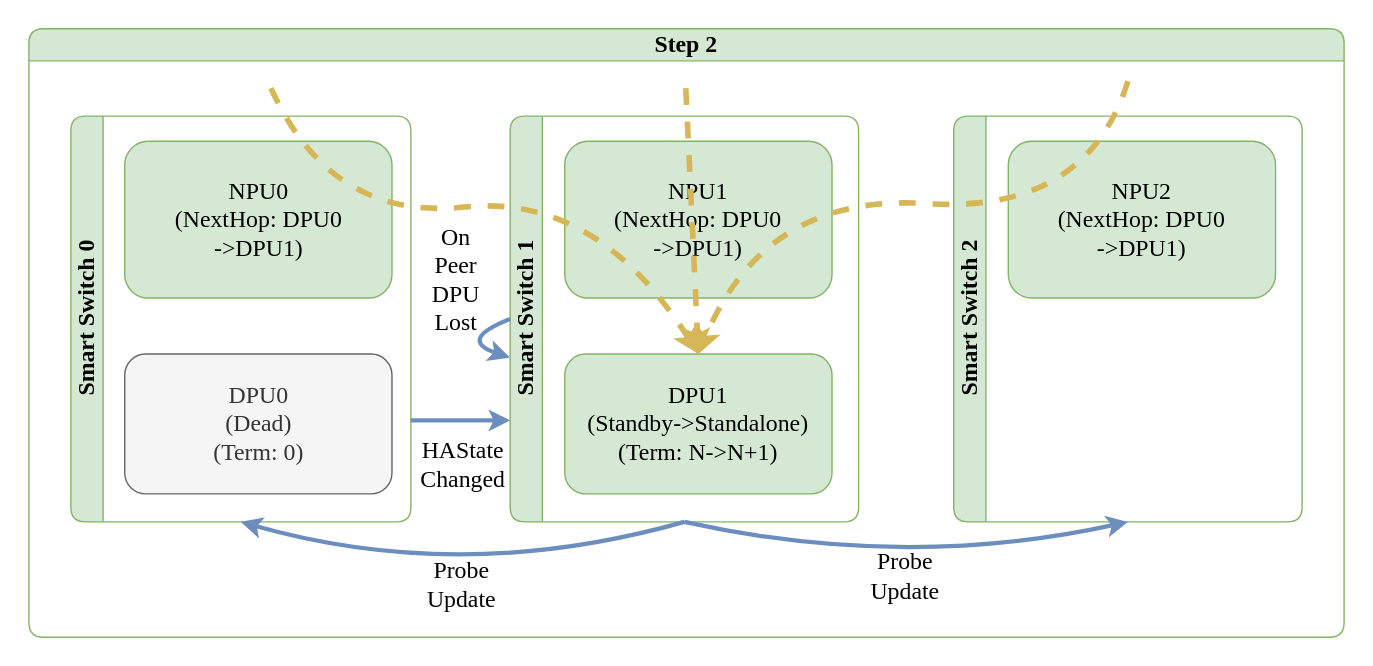
Earlier version of the draw.io export doc/smart-switch/high-availability/images/ha-unplanned-events-enter-standalone-with-peer-down-step-2.svg (sonic-net/SONiC). Source tidied: cells renumbered, new cells last; positions are measured from the earlier drawing's top-left corner, leaving out a move shared by most shapes.
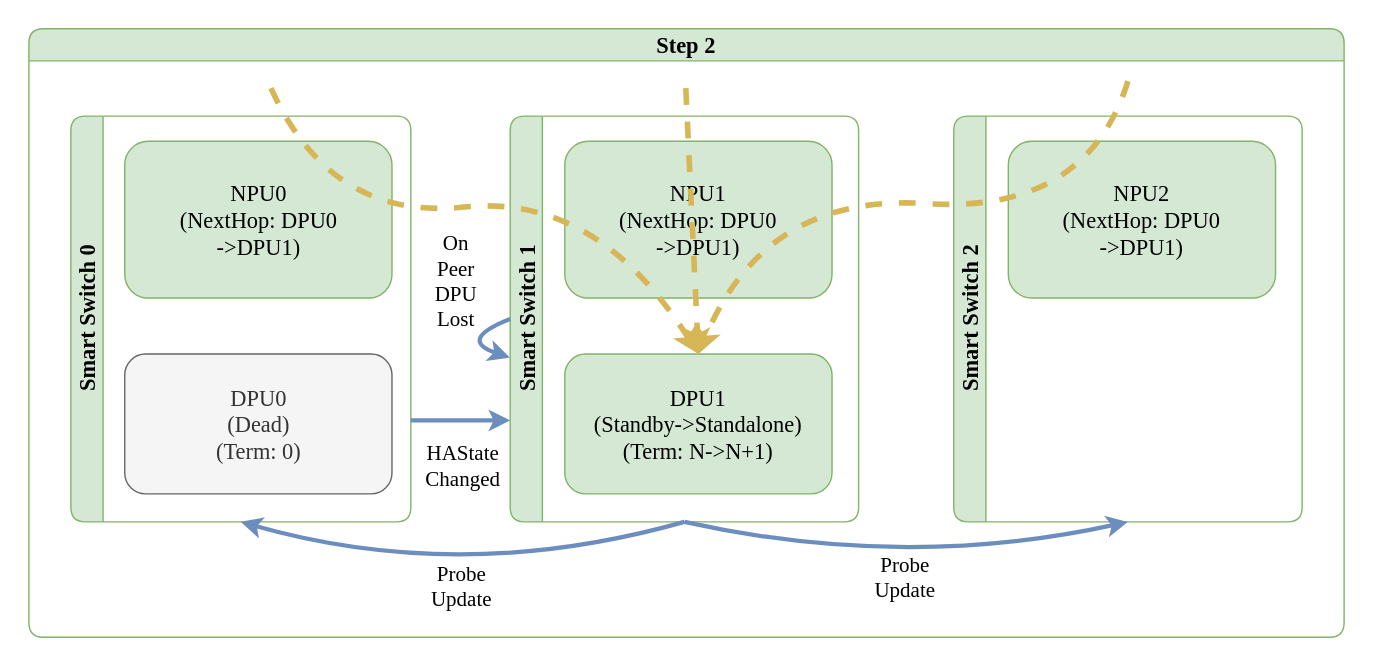
After the change.

What changed in the source:
```diff
@@ -2,28 +2,28 @@
   <root>
     <mxCell id="0" />
     <mxCell id="1" parent="0" />
-    <mxCell id="2" value="Step 2" style="swimlane;horizontal=1;whiteSpace=wrap;html=1;rounded=1;labelBorderColor=none;strokeColor=#82b366;fontFamily=Consolas;fontSize=17;startSize=23;fillColor=#d5e8d4;swimlaneFillColor=#FFFFFF;" parent="1" vertex="1">
+    <mxCell id="2" value="Step 2" style="swimlane;horizontal=1;whiteSpace=wrap;html=1;rounded=1;labelBorderColor=none;strokeColor=#82b366;fontFamily=Monaco;fontSize=16;startSize=23;fillColor=#d5e8d4;swimlaneFillColor=#FFFFFF;" parent="1" vertex="1">
       <mxGeometry width="940" height="435" as="geometry" />
     </mxCell>
-    <mxCell id="3" value="Smart Switch 0" style="swimlane;horizontal=0;whiteSpace=wrap;html=1;rounded=1;labelBorderColor=none;strokeColor=#82b366;fontFamily=Consolas;fontSize=17;startSize=23;fillColor=#d5e8d4;swimlaneFillColor=#FFFFFF;" parent="2" vertex="1">
+    <mxCell id="3" value="Smart Switch 0" style="swimlane;horizontal=0;whiteSpace=wrap;html=1;rounded=1;labelBorderColor=none;strokeColor=#82b366;fontFamily=Monaco;fontSize=16;startSize=23;fillColor=#d5e8d4;swimlaneFillColor=#FFFFFF;" parent="2" vertex="1">
       <mxGeometry x="30" y="62.5" width="243" height="290" as="geometry" />
     </mxCell>
-    <mxCell id="4" value="NPU0&lt;br style=&quot;font-size: 17px;&quot;&gt;(NextHop: DPU0&lt;br style=&quot;font-size: 17px;&quot;&gt;-&amp;gt;DPU1)" style="rounded=1;whiteSpace=wrap;html=1;strokeColor=#82b366;fontFamily=Consolas;fontSize=17;startSize=23;fillColor=#d5e8d4;" parent="3" vertex="1">
+    <mxCell id="4" value="NPU0&lt;br style=&quot;font-size: 16px;&quot;&gt;(NextHop: DPU0&lt;br style=&quot;font-size: 16px;&quot;&gt;-&amp;gt;DPU1)" style="rounded=1;whiteSpace=wrap;html=1;strokeColor=#82b366;fontFamily=Monaco;fontSize=16;startSize=23;fillColor=#d5e8d4;" parent="3" vertex="1">
       <mxGeometry x="38.5" y="18" width="191" height="112" as="geometry" />
     </mxCell>
-    <mxCell id="5" value="DPU0&lt;br style=&quot;border-color: var(--border-color); font-size: 17px;&quot;&gt;(Dead)&lt;br style=&quot;border-color: var(--border-color); font-size: 17px;&quot;&gt;(Term: 0)" style="rounded=1;whiteSpace=wrap;html=1;strokeColor=#666666;fontFamily=Consolas;fontSize=17;startSize=23;fillColor=#f5f5f5;fontColor=#333333;" parent="3" vertex="1">
+    <mxCell id="5" value="DPU0&lt;br style=&quot;border-color: var(--border-color); font-size: 16px;&quot;&gt;(Dead)&lt;br style=&quot;border-color: var(--border-color); font-size: 16px;&quot;&gt;(Term: 0)" style="rounded=1;whiteSpace=wrap;html=1;strokeColor=#666666;fontFamily=Monaco;fontSize=16;startSize=23;fillColor=#f5f5f5;fontColor=#333333;" parent="3" vertex="1">
       <mxGeometry x="38.5" y="170" width="191" height="100" as="geometry" />
     </mxCell>
-    <mxCell id="6" value="Smart Switch 1" style="swimlane;horizontal=0;whiteSpace=wrap;html=1;rounded=1;labelBorderColor=none;strokeColor=#82b366;fontFamily=Consolas;fontSize=17;startSize=23;fillColor=#d5e8d4;swimlaneFillColor=#FFFFFF;" parent="2" vertex="1">
+    <mxCell id="6" value="Smart Switch 1" style="swimlane;horizontal=0;whiteSpace=wrap;html=1;rounded=1;labelBorderColor=none;strokeColor=#82b366;fontFamily=Monaco;fontSize=16;startSize=23;fillColor=#d5e8d4;swimlaneFillColor=#FFFFFF;" parent="2" vertex="1">
       <mxGeometry x="344" y="62.5" width="249" height="290" as="geometry" />
     </mxCell>
-    <mxCell id="7" value="NPU1&lt;br style=&quot;font-size: 17px;&quot;&gt;(NextHop: DPU0&lt;br style=&quot;font-size: 17px;&quot;&gt;-&amp;gt;DPU1)" style="rounded=1;whiteSpace=wrap;html=1;strokeColor=#82b366;fontFamily=Consolas;fontSize=17;startSize=23;fillColor=#d5e8d4;" parent="6" vertex="1">
+    <mxCell id="7" value="NPU1&lt;br style=&quot;font-size: 16px;&quot;&gt;(NextHop: DPU0&lt;br style=&quot;font-size: 16px;&quot;&gt;-&amp;gt;DPU1)" style="rounded=1;whiteSpace=wrap;html=1;strokeColor=#82b366;fontFamily=Monaco;fontSize=16;startSize=23;fillColor=#d5e8d4;" parent="6" vertex="1">
       <mxGeometry x="39" y="18" width="191" height="112" as="geometry" />
     </mxCell>
-    <mxCell id="8" value="DPU1&lt;br style=&quot;border-color: var(--border-color); font-size: 17px;&quot;&gt;(Standby-&amp;gt;Standalone)&lt;br style=&quot;border-color: var(--border-color); font-size: 17px;&quot;&gt;(Term: N-&amp;gt;N+1)" style="rounded=1;whiteSpace=wrap;html=1;strokeColor=#82b366;fontFamily=Consolas;fontSize=17;startSize=23;fillColor=#d5e8d4;" parent="6" vertex="1">
+    <mxCell id="8" value="DPU1&lt;br style=&quot;border-color: var(--border-color); font-size: 16px;&quot;&gt;(Standby-&amp;gt;Standalone)&lt;br style=&quot;border-color: var(--border-color); font-size: 16px;&quot;&gt;(Term: N-&amp;gt;N+1)" style="rounded=1;whiteSpace=wrap;html=1;strokeColor=#82b366;fontFamily=Monaco;fontSize=16;startSize=23;fillColor=#d5e8d4;" parent="6" vertex="1">
       <mxGeometry x="39" y="170" width="191" height="100" as="geometry" />
     </mxCell>
-    <mxCell id="9" style="curved=1;endArrow=classic;html=1;rounded=0;fillColor=#fff2cc;strokeColor=#d6b656;strokeWidth=4;dashed=1;endFill=1;entryX=0.5;entryY=0;entryDx=0;entryDy=0;fontFamily=Consolas;fontSize=17;" parent="2" edge="1" target="8">
+    <mxCell id="9" style="curved=1;endArrow=classic;html=1;rounded=0;fillColor=#fff2cc;strokeColor=#d6b656;strokeWidth=4;dashed=1;endFill=1;entryX=0.5;entryY=0;entryDx=0;entryDy=0;fontFamily=Monaco;fontSize=16;" parent="2" edge="1" target="8">
       <mxGeometry relative="1" as="geometry">
         <mxPoint x="173" y="42.5" as="sourcePoint" />
         <Array as="points">
@@ -32,25 +32,25 @@
         </Array>
       </mxGeometry>
     </mxCell>
-    <mxCell id="10" style="curved=1;endArrow=classic;html=1;rounded=0;entryX=0.5;entryY=0;entryDx=0;entryDy=0;fillColor=#fff2cc;strokeColor=#d6b656;strokeWidth=4;dashed=1;endFill=1;fontFamily=Consolas;fontSize=17;" parent="2" edge="1" target="8">
+    <mxCell id="10" style="curved=1;endArrow=classic;html=1;rounded=0;entryX=0.5;entryY=0;entryDx=0;entryDy=0;fillColor=#fff2cc;strokeColor=#d6b656;strokeWidth=4;dashed=1;endFill=1;fontFamily=Monaco;fontSize=16;" parent="2" edge="1" target="8">
       <mxGeometry relative="1" as="geometry">
         <mxPoint x="469.5" y="42.5" as="sourcePoint" />
       </mxGeometry>
     </mxCell>
-    <mxCell id="11" value="On&lt;br style=&quot;font-size: 17px;&quot;&gt;Peer&lt;br style=&quot;font-size: 17px;&quot;&gt;DPU&lt;br style=&quot;font-size: 17px;&quot;&gt;Lost" style="endArrow=classic;startArrow=none;html=1;exitX=0;exitY=0.5;exitDx=0;exitDy=0;fillColor=#dae8fc;strokeColor=#6c8ebf;strokeWidth=3;fontFamily=Consolas;fontSize=17;startFill=0;endFill=1;labelBackgroundColor=none;curved=1;entryX=-0.001;entryY=0.595;entryDx=0;entryDy=0;entryPerimeter=0;" parent="2" edge="1" source="6" target="6">
+    <mxCell id="11" value="On&lt;br style=&quot;font-size: 15px;&quot;&gt;Peer&lt;br style=&quot;font-size: 15px;&quot;&gt;DPU&lt;br style=&quot;font-size: 15px;&quot;&gt;Lost" style="endArrow=classic;startArrow=none;html=1;exitX=0;exitY=0.5;exitDx=0;exitDy=0;fillColor=#dae8fc;strokeColor=#6c8ebf;strokeWidth=3;fontFamily=Monaco;fontSize=15;startFill=0;endFill=1;labelBackgroundColor=none;curved=1;entryX=-0.001;entryY=0.595;entryDx=0;entryDy=0;entryPerimeter=0;" parent="2" edge="1" source="6" target="6">
       <mxGeometry x="-0.35" y="-40" relative="1" as="geometry">
         <Array as="points">
           <mxPoint x="306" y="222.5" />
         </Array>
       </mxGeometry>
     </mxCell>
-    <mxCell id="12" value="Smart Switch 2" style="swimlane;horizontal=0;whiteSpace=wrap;html=1;rounded=1;labelBorderColor=none;strokeColor=#82b366;fontFamily=Consolas;fontSize=17;startSize=23;fillColor=#d5e8d4;swimlaneFillColor=#FFFFFF;" parent="2" vertex="1">
+    <mxCell id="12" value="Smart Switch 2" style="swimlane;horizontal=0;whiteSpace=wrap;html=1;rounded=1;labelBorderColor=none;strokeColor=#82b366;fontFamily=Monaco;fontSize=16;startSize=23;fillColor=#d5e8d4;swimlaneFillColor=#FFFFFF;" parent="2" vertex="1">
       <mxGeometry x="661" y="62.5" width="249" height="290" as="geometry" />
     </mxCell>
-    <mxCell id="13" value="NPU2&lt;br style=&quot;font-size: 17px;&quot;&gt;(NextHop: DPU0&lt;br style=&quot;font-size: 17px;&quot;&gt;-&amp;gt;DPU1)" style="rounded=1;whiteSpace=wrap;html=1;strokeColor=#82b366;fontFamily=Consolas;fontSize=17;startSize=23;fillColor=#d5e8d4;" parent="12" vertex="1">
+    <mxCell id="13" value="NPU2&lt;br style=&quot;font-size: 16px;&quot;&gt;(NextHop: DPU0&lt;br style=&quot;font-size: 16px;&quot;&gt;-&amp;gt;DPU1)" style="rounded=1;whiteSpace=wrap;html=1;strokeColor=#82b366;fontFamily=Monaco;fontSize=16;startSize=23;fillColor=#d5e8d4;" parent="12" vertex="1">
       <mxGeometry x="39" y="18" width="191" height="112" as="geometry" />
     </mxCell>
-    <mxCell id="14" style="curved=1;endArrow=classic;html=1;rounded=0;fillColor=#fff2cc;strokeColor=#d6b656;strokeWidth=4;dashed=1;endFill=1;entryX=0.5;entryY=0;entryDx=0;entryDy=0;fontFamily=Consolas;fontSize=17;" parent="2" edge="1" target="8">
+    <mxCell id="14" style="curved=1;endArrow=classic;html=1;rounded=0;fillColor=#fff2cc;strokeColor=#d6b656;strokeWidth=4;dashed=1;endFill=1;entryX=0.5;entryY=0;entryDx=0;entryDy=0;fontFamily=Monaco;fontSize=16;" parent="2" edge="1" target="8">
       <mxGeometry relative="1" as="geometry">
         <mxPoint x="785.5" y="37.5" as="sourcePoint" />
         <Array as="points">
@@ -59,14 +59,14 @@
         </Array>
       </mxGeometry>
     </mxCell>
-    <mxCell id="15" value="Probe&lt;br style=&quot;font-size: 17px;&quot;&gt;Update" style="endArrow=none;startArrow=classic;html=1;exitX=0.5;exitY=1;exitDx=0;exitDy=0;fillColor=#dae8fc;strokeColor=#6c8ebf;strokeWidth=3;fontFamily=Consolas;fontSize=17;startFill=1;endFill=0;labelBackgroundColor=none;curved=1;entryX=0.5;entryY=1;entryDx=0;entryDy=0;" parent="2" edge="1" source="3" target="6">
+    <mxCell id="15" value="Probe&lt;br style=&quot;font-size: 15px;&quot;&gt;Update" style="endArrow=none;startArrow=classic;html=1;exitX=0.5;exitY=1;exitDx=0;exitDy=0;fillColor=#dae8fc;strokeColor=#6c8ebf;strokeWidth=3;fontFamily=Monaco;fontSize=15;startFill=1;endFill=0;labelBackgroundColor=none;curved=1;entryX=0.5;entryY=1;entryDx=0;entryDy=0;" parent="2" edge="1" source="3" target="6">
       <mxGeometry relative="1" as="geometry">
         <Array as="points">
           <mxPoint x="309.5" y="397.5" />
         </Array>
       </mxGeometry>
     </mxCell>
-    <mxCell id="16" value="Probe&lt;br style=&quot;font-size: 17px;&quot;&gt;Update" style="endArrow=classic;startArrow=none;html=1;exitX=0.5;exitY=1;exitDx=0;exitDy=0;fillColor=#dae8fc;strokeColor=#6c8ebf;strokeWidth=3;fontFamily=Consolas;fontSize=17;startFill=0;endFill=1;labelBackgroundColor=none;curved=1;entryX=0.5;entryY=1;entryDx=0;entryDy=0;" parent="2" edge="1" source="6" target="12">
+    <mxCell id="16" value="Probe&lt;br style=&quot;font-size: 15px;&quot;&gt;Update" style="endArrow=classic;startArrow=none;html=1;exitX=0.5;exitY=1;exitDx=0;exitDy=0;fillColor=#dae8fc;strokeColor=#6c8ebf;strokeWidth=3;fontFamily=Monaco;fontSize=15;startFill=0;endFill=1;labelBackgroundColor=none;curved=1;entryX=0.5;entryY=1;entryDx=0;entryDy=0;" parent="2" edge="1" source="6" target="12">
       <mxGeometry x="-0.01" y="-5" relative="1" as="geometry">
         <Array as="points">
           <mxPoint x="626" y="387.5" />
@@ -74,7 +74,7 @@
         <mxPoint x="-1" as="offset" />
       </mxGeometry>
     </mxCell>
-    <mxCell id="17" value="HAState&lt;br&gt;Changed" style="endArrow=classic;startArrow=none;html=1;exitX=1;exitY=0.75;exitDx=0;exitDy=0;fillColor=#dae8fc;strokeColor=#6c8ebf;strokeWidth=3;fontFamily=Consolas;fontSize=17;startFill=0;endFill=1;labelBackgroundColor=none;curved=1;entryX=0;entryY=0.75;entryDx=0;entryDy=0;" parent="2" edge="1" source="3" target="6">
+    <mxCell id="17" value="HAState&lt;br style=&quot;font-size: 15px;&quot;&gt;Changed" style="endArrow=classic;startArrow=none;html=1;exitX=1;exitY=0.75;exitDx=0;exitDy=0;fillColor=#dae8fc;strokeColor=#6c8ebf;strokeWidth=3;fontFamily=Monaco;fontSize=15;startFill=0;endFill=1;labelBackgroundColor=none;curved=1;entryX=0;entryY=0.75;entryDx=0;entryDy=0;" parent="2" edge="1" source="3" target="6">
       <mxGeometry x="0.03" y="-32" relative="1" as="geometry" />
     </mxCell>
   </root>
```
